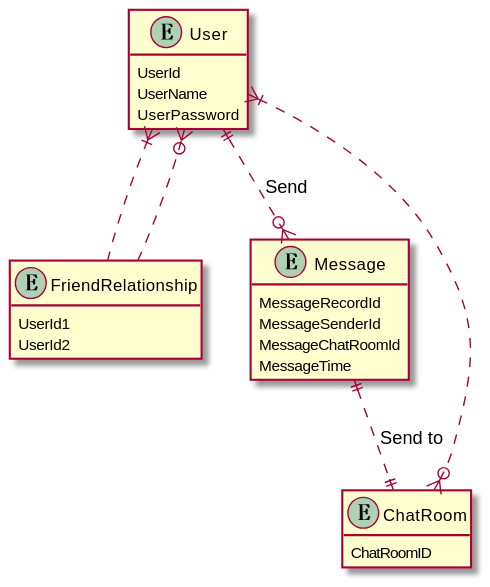
The PlantUML diagram wiki/asset/Database_ER.svg in LviatYi/JavaCD, before a commit.
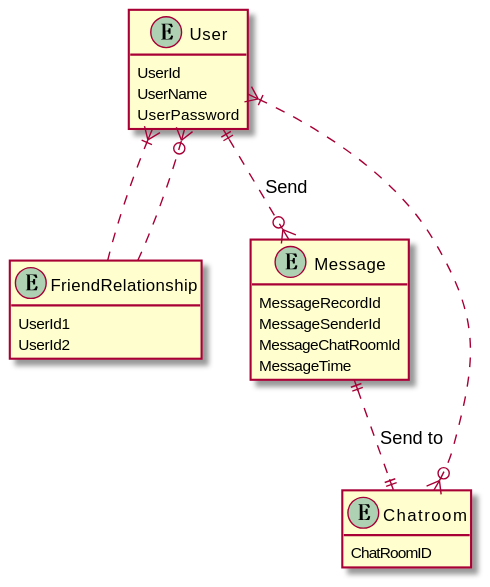
After the commit.

Change to the diagram source:
```diff
@@ -15,13 +15,13 @@
     MessageChatRoomId
     MessageTime
 }
-entity ChatRoom{
+entity Chatroom{
     ChatRoomID
 }
 
 User }|.. FriendRelationship
 FriendRelationship ..o{ User
 User ||..o{ Message : Send
-Message ||..|| ChatRoom : Send to
-ChatRoom }o..|{ User
+Message ||..|| Chatroom : Send to
+Chatroom }o..|{ User
 @endUML
```
